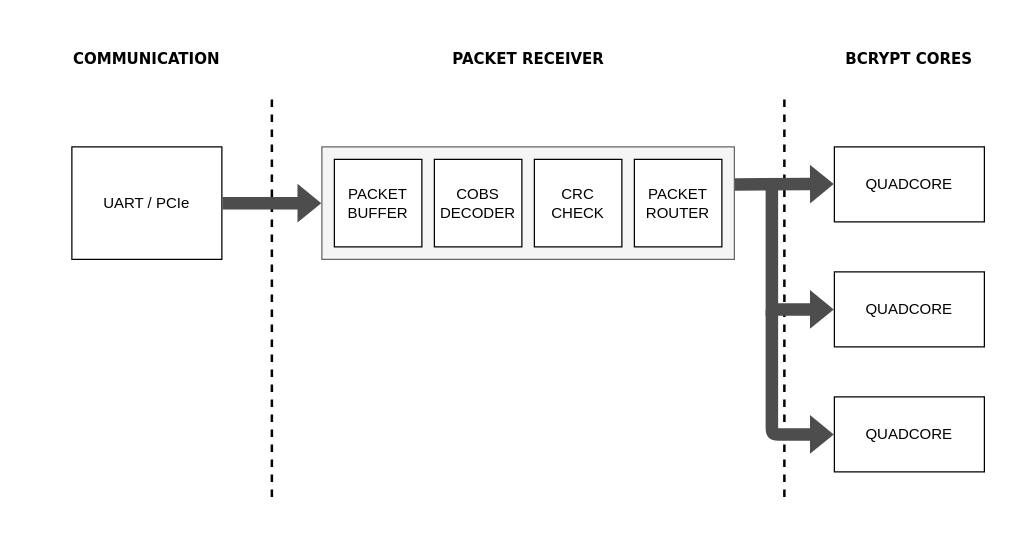
The draw.io diagram page "general" (1 of 2) of assets/drawio/communication_protocol.drawio in Djokzer/fpga_bruteforce_attack, before the edit. Source tidied: cells renumbered, new cells numbered last; positions are measured from the earlier drawing's top-left corner, leaving out a move shared by most shapes. Both pictures are drawn from the tidied source at 125%, with x=0, y=0 at pixel (71, 21).
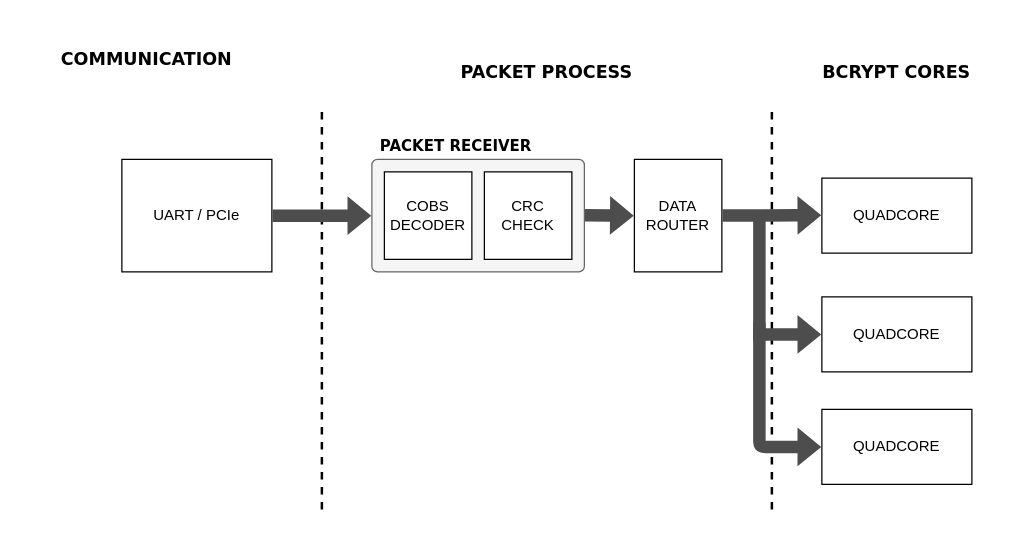
Above is the later version.

Commit message (it also covers changes not shown here):
started packet receiver

The edit, as a diff of the source:
```diff
@@
     <mxCell id="2" style="endArrow=none;dashed=1;html=1;rounded=0;strokeWidth=2;" parent="1" edge="1">
       <mxGeometry relative="1" as="geometry">
-        <mxPoint x="160" y="380" as="sourcePoint" />
-        <mxPoint x="160" y="60" as="targetPoint" />
+        <mxPoint x="200" y="390" as="sourcePoint" />
+        <mxPoint x="200" y="70" as="targetPoint" />
       </mxGeometry>
     </mxCell>
     <mxCell id="3" style="endArrow=none;dashed=1;html=1;rounded=0;strokeWidth=2;" parent="1" edge="1">
       <mxGeometry relative="1" as="geometry">
-        <mxPoint x="570" y="380" as="sourcePoint" />
-        <mxPoint x="570" y="60" as="targetPoint" />
+        <mxPoint x="560" y="390" as="sourcePoint" />
+        <mxPoint x="560" y="70" as="targetPoint" />
       </mxGeometry>
     </mxCell>
-    <mxCell id="4" style="rounded=0;whiteSpace=wrap;html=1;fillColor=#f5f5f5;fontColor=#333333;strokeColor=#666666;" parent="1" vertex="1">
-      <mxGeometry x="200" y="100" width="330" height="90" as="geometry" />
+    <mxCell id="4" style="rounded=1;whiteSpace=wrap;html=1;fillColor=#f5f5f5;fontColor=#333333;strokeColor=#666666;arcSize=5;" parent="1" vertex="1">
+      <mxGeometry x="240" y="110" width="170" height="90" as="geometry" />
     </mxCell>
     <mxCell id="5" value="UART / PCIe" style="rounded=0;whiteSpace=wrap;html=1;" parent="1" vertex="1">
-      <mxGeometry y="100" width="120" height="90" as="geometry" />
+      <mxGeometry x="40" y="110" width="120" height="90" as="geometry" />
     </mxCell>
     <mxCell id="6" value="COBS&lt;div&gt;&lt;div&gt;DECODER&lt;/div&gt;&lt;/div&gt;" style="rounded=0;whiteSpace=wrap;html=1;" parent="1" vertex="1">
-      <mxGeometry x="290" y="110" width="70" height="70" as="geometry" />
+      <mxGeometry x="250" y="120" width="70" height="70" as="geometry" />
     </mxCell>
     <mxCell id="7" value="&lt;div&gt;QUADCORE&lt;/div&gt;" style="rounded=0;whiteSpace=wrap;html=1;" parent="1" vertex="1">
-      <mxGeometry x="610" y="100" width="120" height="60" as="geometry" />
+      <mxGeometry x="600" y="125" width="120" height="60" as="geometry" />
     </mxCell>
     <mxCell id="8" value="&lt;div&gt;QUADCORE&lt;br&gt;&lt;/div&gt;" style="rounded=0;whiteSpace=wrap;html=1;" parent="1" vertex="1">
-      <mxGeometry x="610" y="200" width="120" height="60" as="geometry" />
+      <mxGeometry x="600" y="220" width="120" height="60" as="geometry" />
     </mxCell>
     <mxCell id="9" value="&lt;div&gt;QUADCORE&lt;br&gt;&lt;/div&gt;" style="rounded=0;whiteSpace=wrap;html=1;" parent="1" vertex="1">
-      <mxGeometry x="610" y="300" width="120" height="60" as="geometry" />
+      <mxGeometry x="600" y="310" width="120" height="60" as="geometry" />
     </mxCell>
-    <mxCell id="10" value="PACKET&lt;div&gt;BUFFER&lt;/div&gt;" style="rounded=0;whiteSpace=wrap;html=1;" parent="1" vertex="1">
-      <mxGeometry x="210" y="110" width="70" height="70" as="geometry" />
-    </mxCell>
-    <mxCell id="11" value="PACKET&lt;div&gt;&lt;span style=&quot;background-color: initial;&quot;&gt;ROUTER&lt;/span&gt;&lt;/div&gt;" style="rounded=0;whiteSpace=wrap;html=1;" parent="1" vertex="1">
-      <mxGeometry x="450" y="110" width="70" height="70" as="geometry" />
+    <mxCell id="11" value="DATA&lt;div&gt;ROUTER&lt;/div&gt;" style="rounded=0;whiteSpace=wrap;html=1;" parent="1" vertex="1">
+      <mxGeometry x="450" y="110" width="70" height="90" as="geometry" />
     </mxCell>
@@
     <mxCell id="13" style="shape=flexArrow;endArrow=classic;html=1;rounded=0;exitX=1;exitY=0.5;exitDx=0;exitDy=0;fillColor=#4D4D4D;strokeColor=none;" parent="1" edge="1">
       <mxGeometry relative="1" as="geometry">
-        <mxPoint x="530" y="130" as="sourcePoint" />
-        <mxPoint x="610" y="129.7" as="targetPoint" />
+        <mxPoint x="520" y="154.9" as="sourcePoint" />
+        <mxPoint x="600" y="154.7" as="targetPoint" />
       </mxGeometry>
     </mxCell>
-    <mxCell id="14" style="shape=flexArrow;endArrow=classic;html=1;rounded=0;fillColor=#4D4D4D;strokeColor=none;entryX=0;entryY=0.5;entryDx=0;entryDy=0;shadow=0;" parent="1" edge="1" target="8">
+    <mxCell id="14" style="shape=flexArrow;endArrow=classic;html=1;rounded=0;fillColor=#4D4D4D;strokeColor=none;entryX=0;entryY=0.5;entryDx=0;entryDy=0;shadow=0;" parent="1" edge="1">
       <mxGeometry relative="1" as="geometry">
-        <mxPoint x="560" y="130" as="sourcePoint" />
+        <mxPoint x="550" y="150" as="sourcePoint" />
+        <mxPoint x="600" y="250" as="targetPoint" />
         <Array as="points">
-          <mxPoint x="560" y="230" />
+          <mxPoint x="550" y="250" />
         </Array>
       </mxGeometry>
     </mxCell>
     <mxCell id="15" style="shape=flexArrow;endArrow=classic;html=1;rounded=1;fillColor=#4D4D4D;strokeColor=none;entryX=0;entryY=0.5;entryDx=0;entryDy=0;" parent="1" edge="1">
       <mxGeometry relative="1" as="geometry">
-        <mxPoint x="560" y="230" as="sourcePoint" />
-        <mxPoint x="610" y="330" as="targetPoint" />
+        <mxPoint x="550" y="240" as="sourcePoint" />
+        <mxPoint x="600" y="340" as="targetPoint" />
         <Array as="points">
-          <mxPoint x="560" y="330" />
+          <mxPoint x="550" y="340" />
         </Array>
       </mxGeometry>
     </mxCell>
-    <mxCell id="16" value="&lt;font&gt;COMMUNICATION&lt;/font&gt;" style="rounded=0;whiteSpace=wrap;html=1;strokeColor=none;fillColor=none;fontStyle=1;fontFamily=Verdana;" parent="1" vertex="1">
-      <mxGeometry width="120" height="60" as="geometry" />
+    <mxCell id="16" value="&lt;font style=&quot;font-size: 14px;&quot;&gt;COMMUNICATION&lt;/font&gt;" style="rounded=0;whiteSpace=wrap;html=1;strokeColor=none;fillColor=none;fontStyle=1;fontFamily=Verdana;fontSize=14;" parent="1" vertex="1">
+      <mxGeometry x="-40" width="200" height="60" as="geometry" />
     </mxCell>
-    <mxCell id="17" value="&lt;font&gt;PACKET RECEIVER&lt;/font&gt;" style="rounded=0;whiteSpace=wrap;html=1;strokeColor=none;fillColor=none;fontStyle=1;fontFamily=Verdana;" parent="1" vertex="1">
-      <mxGeometry x="277.5" width="175" height="60" as="geometry" />
+    <mxCell id="17" value="&lt;font style=&quot;font-size: 14px;&quot;&gt;PACKET PROCESS&lt;/font&gt;" style="rounded=0;whiteSpace=wrap;html=1;strokeColor=none;fillColor=none;fontStyle=1;fontFamily=Verdana;fontSize=14;" parent="1" vertex="1">
+      <mxGeometry x="200" y="10" width="360" height="60" as="geometry" />
     </mxCell>
-    <mxCell id="18" value="BCRYPT CORES" style="rounded=0;whiteSpace=wrap;html=1;strokeColor=none;fillColor=none;fontStyle=1;fontFamily=Verdana;" parent="1" vertex="1">
-      <mxGeometry x="610" width="120" height="60" as="geometry" />
+    <mxCell id="18" value="BCRYPT CORES" style="rounded=0;whiteSpace=wrap;html=1;strokeColor=none;fillColor=none;fontStyle=1;fontFamily=Verdana;fontSize=14;" parent="1" vertex="1">
+      <mxGeometry x="570" y="10" width="180" height="60" as="geometry" />
     </mxCell>
     <mxCell id="19" value="&lt;div&gt;CRC&lt;/div&gt;&lt;div&gt;CHECK&lt;br&gt;&lt;/div&gt;" style="rounded=0;whiteSpace=wrap;html=1;" parent="1" vertex="1">
-      <mxGeometry x="370" y="110" width="70" height="70" as="geometry" />
+      <mxGeometry x="330" y="120" width="70" height="70" as="geometry" />
     </mxCell>
+    <mxCell id="20" value="&lt;font&gt;PACKET RECEIVER&lt;/font&gt;" style="rounded=0;whiteSpace=wrap;html=1;strokeColor=none;fillColor=none;fontStyle=1;fontFamily=Verdana;" parent="1" vertex="1">
+      <mxGeometry x="220" y="70" width="175" height="60" as="geometry" />
+    </mxCell>
+    <mxCell id="21" style="shape=flexArrow;endArrow=classic;html=1;rounded=0;exitX=1;exitY=0.5;exitDx=0;exitDy=0;fillColor=#4D4D4D;strokeColor=none;entryX=0;entryY=0.5;entryDx=0;entryDy=0;" parent="1" edge="1" target="11">
+      <mxGeometry relative="1" as="geometry">
+        <mxPoint x="410" y="154.7" as="sourcePoint" />
+      </mxGeometry>
+    </mxCell>
```
